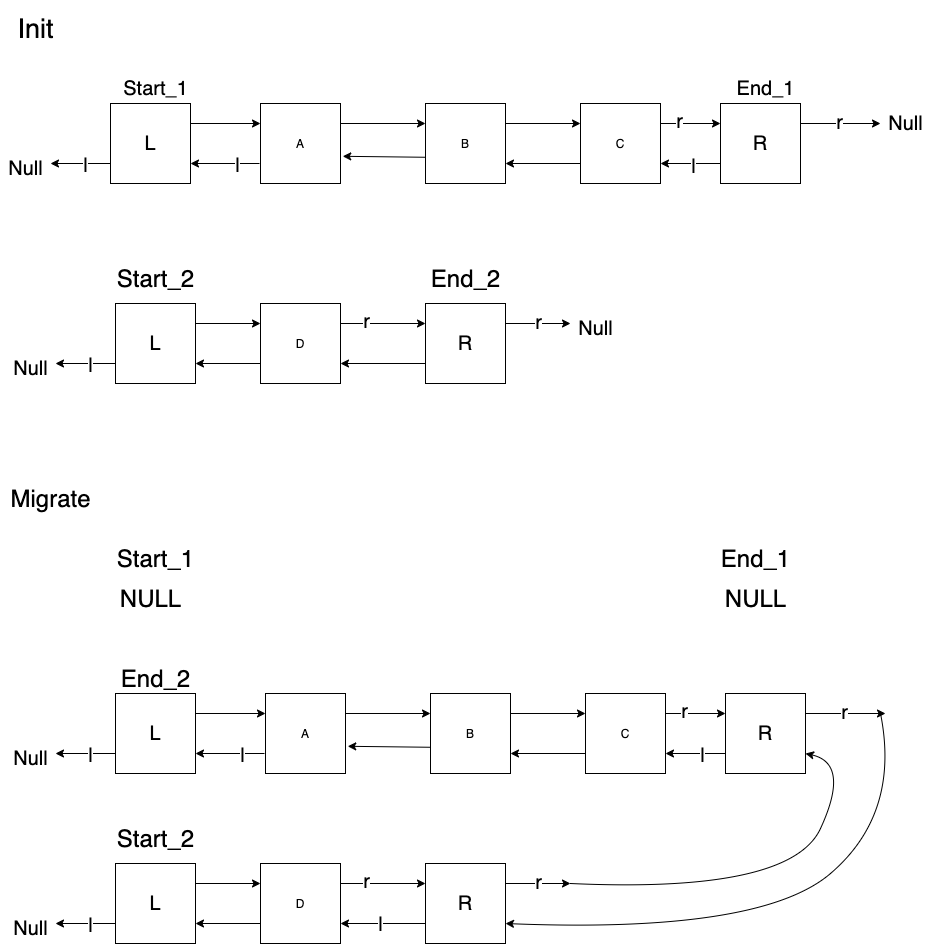
The draw.io diagram img/Migrate.png in stevengogogo/DSA-WastonAbili, before a commit. Source tidied: cells renumbered, new cells last; positions are measured from the earlier drawing's top-left corner, leaving out a move shared by most shapes.
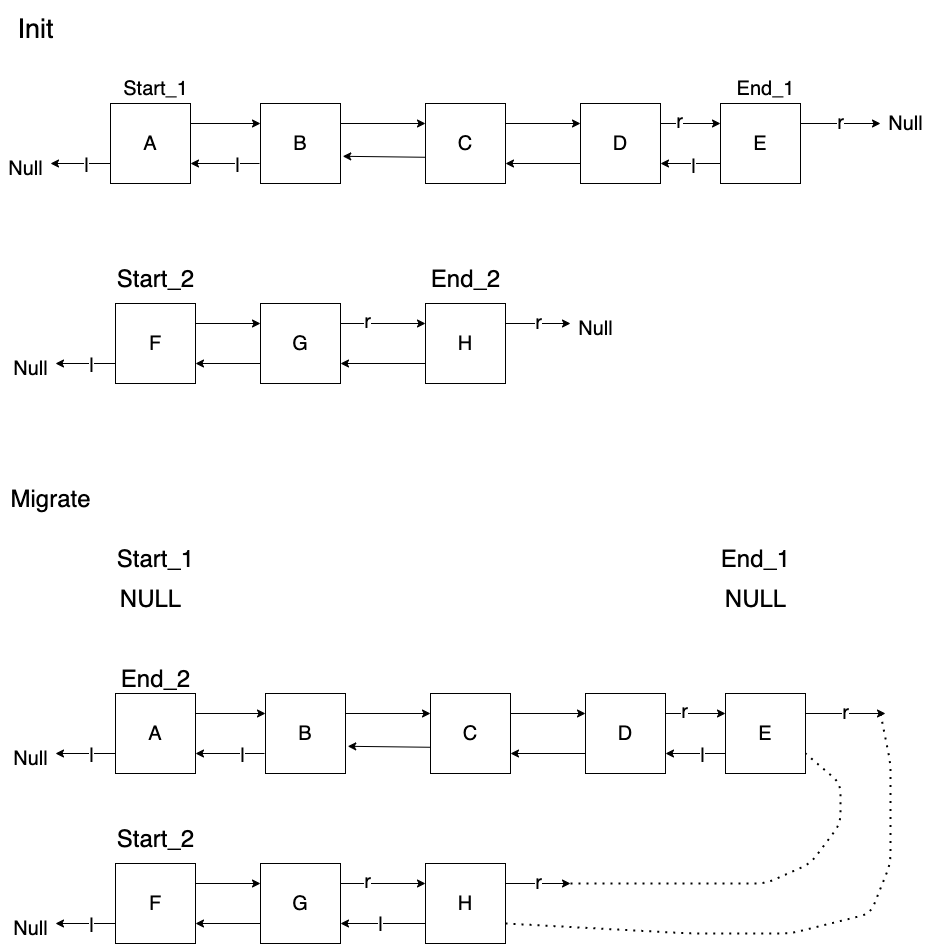
Later version of the same file.

What changed in the source:
```diff
@@ -2,16 +2,16 @@
   <root>
     <mxCell id="0" />
     <mxCell id="1" parent="0" />
-    <mxCell id="2" value="A" style="whiteSpace=wrap;html=1;" parent="1" vertex="1">
+    <mxCell id="2" value="B" style="whiteSpace=wrap;html=1;fontSize=20;" parent="1" vertex="1">
       <mxGeometry x="260" y="100" width="80" height="80" as="geometry" />
     </mxCell>
     <mxCell id="3" value="Init" style="text;html=1;align=center;verticalAlign=middle;strokeWidth=6;spacing=4;fontSize=27;" parent="1" vertex="1">
       <mxGeometry x="5" width="60" height="50" as="geometry" />
     </mxCell>
-    <mxCell id="4" value="B" style="whiteSpace=wrap;html=1;" parent="1" vertex="1">
+    <mxCell id="4" value="C" style="whiteSpace=wrap;html=1;fontSize=20;" parent="1" vertex="1">
       <mxGeometry x="425" y="100" width="80" height="80" as="geometry" />
     </mxCell>
-    <mxCell id="5" value="C" style="whiteSpace=wrap;html=1;" parent="1" vertex="1">
+    <mxCell id="5" value="D" style="whiteSpace=wrap;html=1;fontSize=20;" parent="1" vertex="1">
       <mxGeometry x="580" y="100" width="80" height="80" as="geometry" />
     </mxCell>
     <mxCell id="6" style="endArrow=classic;html=1;exitX=1;exitY=0.25;exitDx=0;exitDy=0;entryX=0;entryY=0.25;entryDx=0;entryDy=0;" parent="1" edge="1" source="4" target="5">
@@ -26,10 +26,10 @@
     <mxCell id="9" style="endArrow=classic;html=1;entryX=1.028;entryY=0.66;entryDx=0;entryDy=0;entryPerimeter=0;exitX=-0.003;exitY=0.672;exitDx=0;exitDy=0;exitPerimeter=0;" parent="1" edge="1" source="4" target="2">
       <mxGeometry relative="1" as="geometry" />
     </mxCell>
-    <mxCell id="10" value="L" style="whiteSpace=wrap;html=1;fontSize=20;" parent="1" vertex="1">
+    <mxCell id="10" value="A" style="whiteSpace=wrap;html=1;fontSize=20;" parent="1" vertex="1">
       <mxGeometry x="110" y="100" width="80" height="80" as="geometry" />
     </mxCell>
-    <mxCell id="11" value="&lt;font style=&quot;font-size: 20px&quot;&gt;R&lt;/font&gt;" style="whiteSpace=wrap;html=1;fontSize=20;" parent="1" vertex="1">
+    <mxCell id="11" value="&lt;font style=&quot;font-size: 20px&quot;&gt;E&lt;/font&gt;" style="whiteSpace=wrap;html=1;fontSize=20;" parent="1" vertex="1">
       <mxGeometry x="720" y="100" width="80" height="80" as="geometry" />
     </mxCell>
     <mxCell id="12" style="endArrow=classic;html=1;fontSize=20;exitX=1;exitY=0.25;exitDx=0;exitDy=0;entryX=0;entryY=0.25;entryDx=0;entryDy=0;" parent="1" edge="1" source="10" target="2">
@@ -79,13 +79,13 @@
     <mxCell id="24" value="Null" style="text;html=1;align=center;verticalAlign=middle;fontSize=20;" parent="1" vertex="1">
       <mxGeometry y="150" width="50" height="30" as="geometry" />
     </mxCell>
-    <mxCell id="25" value="D" style="whiteSpace=wrap;html=1;" parent="1" vertex="1">
+    <mxCell id="25" value="G" style="whiteSpace=wrap;html=1;fontSize=20;" parent="1" vertex="1">
       <mxGeometry x="260" y="300" width="80" height="80" as="geometry" />
     </mxCell>
-    <mxCell id="26" value="L" style="whiteSpace=wrap;html=1;fontSize=20;" parent="1" vertex="1">
+    <mxCell id="26" value="F" style="whiteSpace=wrap;html=1;fontSize=20;" parent="1" vertex="1">
       <mxGeometry x="115" y="300" width="80" height="80" as="geometry" />
     </mxCell>
-    <mxCell id="27" value="&lt;font style=&quot;font-size: 20px&quot;&gt;R&lt;/font&gt;" style="whiteSpace=wrap;html=1;fontSize=20;" parent="1" vertex="1">
+    <mxCell id="27" value="&lt;font style=&quot;font-size: 20px&quot;&gt;H&lt;/font&gt;" style="whiteSpace=wrap;html=1;fontSize=20;" parent="1" vertex="1">
       <mxGeometry x="425" y="300" width="80" height="80" as="geometry" />
     </mxCell>
     <mxCell id="28" style="endArrow=classic;html=1;fontSize=20;exitX=1;exitY=0.25;exitDx=0;exitDy=0;entryX=0;entryY=0.25;entryDx=0;entryDy=0;" parent="1" edge="1" source="26" target="25">
@@ -128,13 +128,13 @@
     <mxCell id="39" value="Migrate" style="text;html=1;align=center;verticalAlign=middle;fontSize=24;" parent="1" vertex="1">
       <mxGeometry y="480" width="100" height="30" as="geometry" />
     </mxCell>
-    <mxCell id="40" value="D" style="whiteSpace=wrap;html=1;" parent="1" vertex="1">
+    <mxCell id="40" value="G" style="whiteSpace=wrap;html=1;fontSize=20;" parent="1" vertex="1">
       <mxGeometry x="260" y="860" width="80" height="80" as="geometry" />
     </mxCell>
-    <mxCell id="41" value="L" style="whiteSpace=wrap;html=1;fontSize=20;" parent="1" vertex="1">
+    <mxCell id="41" value="F" style="whiteSpace=wrap;html=1;fontSize=20;" parent="1" vertex="1">
       <mxGeometry x="115" y="860" width="80" height="80" as="geometry" />
     </mxCell>
-    <mxCell id="42" value="&lt;font style=&quot;font-size: 20px&quot;&gt;R&lt;/font&gt;" style="whiteSpace=wrap;html=1;fontSize=20;" parent="1" vertex="1">
+    <mxCell id="42" value="&lt;font style=&quot;font-size: 20px&quot;&gt;H&lt;/font&gt;" style="whiteSpace=wrap;html=1;fontSize=20;" parent="1" vertex="1">
       <mxGeometry x="425" y="860" width="80" height="80" as="geometry" />
     </mxCell>
     <mxCell id="43" style="endArrow=classic;html=1;fontSize=20;exitX=1;exitY=0.25;exitDx=0;exitDy=0;entryX=0;entryY=0.25;entryDx=0;entryDy=0;" parent="1" edge="1" source="41" target="40">
@@ -174,13 +174,13 @@
     <mxCell id="53" value="Null" style="text;html=1;align=center;verticalAlign=middle;fontSize=20;" parent="1" vertex="1">
       <mxGeometry x="5" y="910" width="50" height="30" as="geometry" />
     </mxCell>
-    <mxCell id="54" value="A" style="whiteSpace=wrap;html=1;" parent="1" vertex="1">
+    <mxCell id="54" value="B" style="whiteSpace=wrap;html=1;fontSize=20;" parent="1" vertex="1">
       <mxGeometry x="265" y="690" width="80" height="80" as="geometry" />
     </mxCell>
-    <mxCell id="55" value="B" style="whiteSpace=wrap;html=1;" parent="1" vertex="1">
+    <mxCell id="55" value="C" style="whiteSpace=wrap;html=1;fontSize=20;" parent="1" vertex="1">
       <mxGeometry x="430" y="690" width="80" height="80" as="geometry" />
     </mxCell>
-    <mxCell id="56" value="C" style="whiteSpace=wrap;html=1;" parent="1" vertex="1">
+    <mxCell id="56" value="D" style="whiteSpace=wrap;html=1;fontSize=20;" parent="1" vertex="1">
       <mxGeometry x="585" y="690" width="80" height="80" as="geometry" />
     </mxCell>
     <mxCell id="57" style="endArrow=classic;html=1;exitX=1;exitY=0.25;exitDx=0;exitDy=0;entryX=0;entryY=0.25;entryDx=0;entryDy=0;" parent="1" edge="1" source="55" target="56">
@@ -195,10 +195,10 @@
     <mxCell id="60" style="endArrow=classic;html=1;entryX=1.028;entryY=0.66;entryDx=0;entryDy=0;entryPerimeter=0;exitX=-0.003;exitY=0.672;exitDx=0;exitDy=0;exitPerimeter=0;" parent="1" edge="1" source="55" target="54">
       <mxGeometry relative="1" as="geometry" />
     </mxCell>
-    <mxCell id="61" value="L" style="whiteSpace=wrap;html=1;fontSize=20;" parent="1" vertex="1">
+    <mxCell id="61" value="A" style="whiteSpace=wrap;html=1;fontSize=20;" parent="1" vertex="1">
       <mxGeometry x="115" y="690" width="80" height="80" as="geometry" />
     </mxCell>
-    <mxCell id="62" value="&lt;font style=&quot;font-size: 20px&quot;&gt;R&lt;/font&gt;" style="whiteSpace=wrap;html=1;fontSize=20;" parent="1" vertex="1">
+    <mxCell id="62" value="&lt;font style=&quot;font-size: 20px&quot;&gt;E&lt;/font&gt;" style="whiteSpace=wrap;html=1;fontSize=20;" parent="1" vertex="1">
       <mxGeometry x="725" y="690" width="80" height="80" as="geometry" />
     </mxCell>
     <mxCell id="63" style="endArrow=classic;html=1;fontSize=20;exitX=1;exitY=0.25;exitDx=0;exitDy=0;entryX=0;entryY=0.25;entryDx=0;entryDy=0;" parent="1" edge="1" source="61" target="54">
@@ -243,24 +243,6 @@
     <mxCell id="74" value="Null" style="text;html=1;align=center;verticalAlign=middle;fontSize=20;" parent="1" vertex="1">
       <mxGeometry x="5" y="740" width="50" height="30" as="geometry" />
     </mxCell>
-    <mxCell id="75" style="curved=1;endArrow=classic;html=1;fontSize=20;entryX=1;entryY=0.75;entryDx=0;entryDy=0;" parent="1" edge="1" target="62">
-      <mxGeometry relative="1" as="geometry">
-        <mxPoint x="570" y="880" as="sourcePoint" />
-        <Array as="points">
-          <mxPoint x="790" y="890" />
-          <mxPoint x="850" y="760" />
-        </Array>
-      </mxGeometry>
-    </mxCell>
-    <mxCell id="76" style="curved=1;endArrow=classic;html=1;fontSize=20;entryX=1;entryY=0.75;entryDx=0;entryDy=0;" parent="1" edge="1" target="42">
-      <mxGeometry relative="1" as="geometry">
-        <mxPoint x="880" y="710" as="sourcePoint" />
-        <Array as="points">
-          <mxPoint x="900" y="810" />
-          <mxPoint x="760" y="930" />
-        </Array>
-      </mxGeometry>
-    </mxCell>
     <mxCell id="77" value="Start_1" style="text;html=1;align=center;verticalAlign=middle;fontSize=20;" parent="1" vertex="1">
       <mxGeometry x="115" y="70" width="80" height="30" as="geometry" />
     </mxCell>
@@ -291,5 +273,29 @@
     <mxCell id="86" value="End_2" style="text;html=1;align=center;verticalAlign=middle;fontSize=24;" parent="1" vertex="1">
       <mxGeometry x="110" y="660" width="90" height="30" as="geometry" />
     </mxCell>
+    <mxCell id="87" style="endArrow=none;dashed=1;html=1;dashPattern=1 3;strokeWidth=2;fontSize=20;entryX=1;entryY=0.75;entryDx=0;entryDy=0;" parent="1" edge="1" target="62">
+      <mxGeometry relative="1" as="geometry">
+        <mxPoint x="570" y="880" as="sourcePoint" />
+        <Array as="points">
+          <mxPoint x="765" y="880" />
+          <mxPoint x="810" y="860" />
+          <mxPoint x="840" y="820" />
+          <mxPoint x="840" y="780" />
+        </Array>
+      </mxGeometry>
+    </mxCell>
+    <mxCell id="88" style="endArrow=none;dashed=1;html=1;dashPattern=1 3;strokeWidth=2;fontSize=20;exitX=1;exitY=0.75;exitDx=0;exitDy=0;" parent="1" edge="1" source="42">
+      <mxGeometry relative="1" as="geometry">
+        <mxPoint x="880" y="710" as="targetPoint" />
+        <Array as="points">
+          <mxPoint x="690" y="930" />
+          <mxPoint x="790" y="930" />
+          <mxPoint x="870" y="910" />
+          <mxPoint x="890" y="860" />
+          <mxPoint x="890" y="810" />
+          <mxPoint x="890" y="760" />
+        </Array>
+      </mxGeometry>
+    </mxCell>
   </root>
 </mxGraphModel>
```
